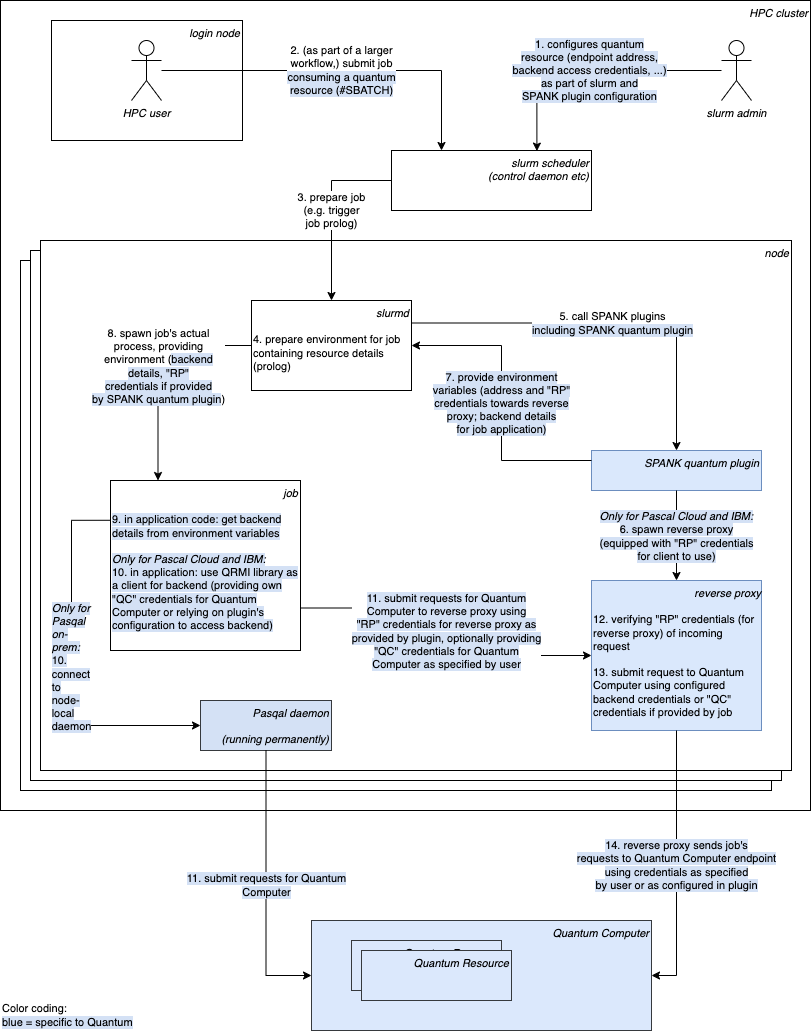
This is docs/images/high-level-plugin-flow.png from qiskit-community/spank-plugins, a draw.io export, as it was before one commit. Source tidied: cells renumbered, new cells last; positions are measured from the earlier drawing's top-left corner, leaving out a move shared by most shapes.
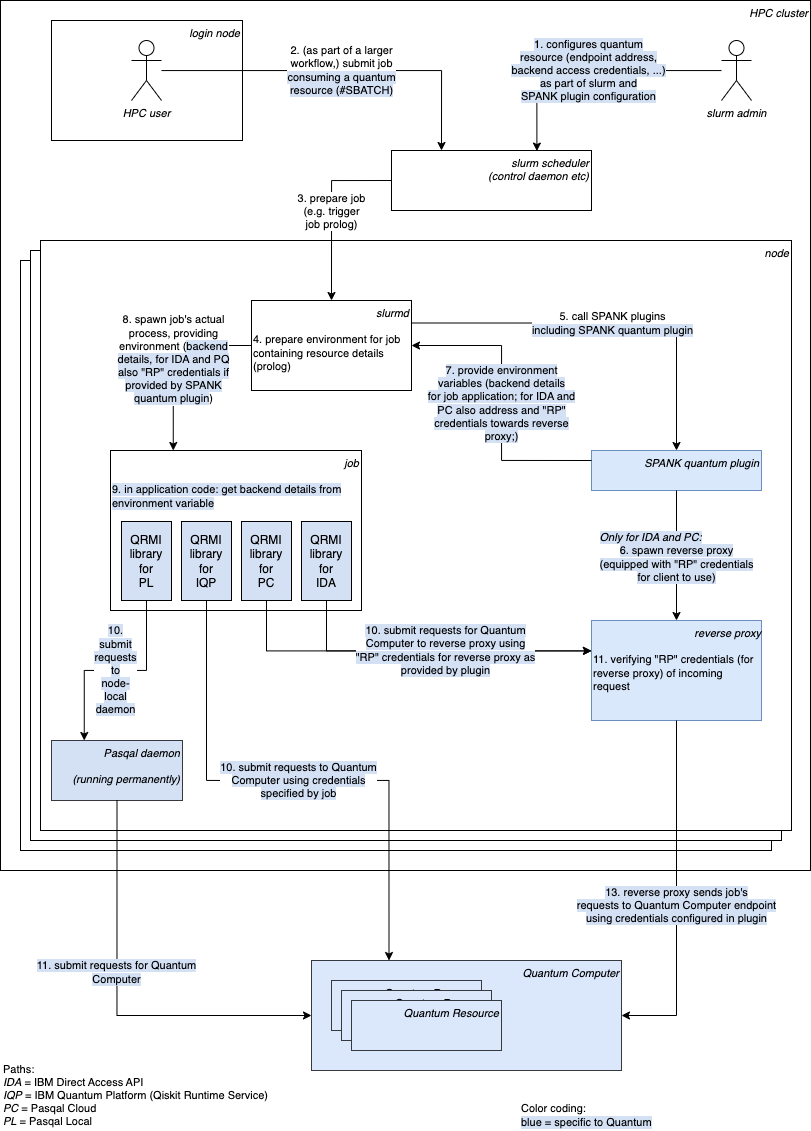
After the change.

Commit message:
incorporate feedback (no RP for QRS), show QRMI libs

The edit, as a diff of the source:
```diff
@@ -3,31 +3,31 @@
     <mxCell id="0" />
     <mxCell id="1" parent="0" />
     <mxCell id="2" value="HPC cluster" style="rounded=0;whiteSpace=wrap;html=1;align=right;verticalAlign=top;fontStyle=2;fontSize=11;" parent="1" vertex="1">
-      <mxGeometry width="810" height="810" as="geometry" />
+      <mxGeometry width="810" height="870" as="geometry" />
     </mxCell>
     <mxCell id="3" value="node" style="rounded=0;whiteSpace=wrap;html=1;align=right;verticalAlign=top;fontStyle=2;fontSize=11;" parent="1" vertex="1">
-      <mxGeometry x="20" y="260" width="751" height="530" as="geometry" />
+      <mxGeometry x="20" y="260" width="751" height="590" as="geometry" />
     </mxCell>
     <mxCell id="4" value="node" style="rounded=0;whiteSpace=wrap;html=1;align=right;verticalAlign=top;fontStyle=2;fontSize=11;" parent="1" vertex="1">
-      <mxGeometry x="30" y="250" width="751" height="530" as="geometry" />
+      <mxGeometry x="30" y="250" width="751" height="590" as="geometry" />
     </mxCell>
     <mxCell id="5" value="node" style="rounded=0;whiteSpace=wrap;html=1;align=right;verticalAlign=top;fontStyle=2;fontSize=11;" parent="1" vertex="1">
-      <mxGeometry x="40" y="240" width="751" height="530" as="geometry" />
+      <mxGeometry x="40" y="240" width="751" height="590" as="geometry" />
     </mxCell>
     <mxCell id="6" value="SPANK quantum plugin" style="rounded=0;whiteSpace=wrap;html=1;align=right;verticalAlign=top;fontStyle=2;fillColor=#dae8fc;strokeColor=#6c8ebf;fontSize=11;" parent="1" vertex="1">
       <mxGeometry x="591" y="450" width="170" height="40" as="geometry" />
     </mxCell>
-    <mxCell id="7" value="&lt;div style=&quot;text-align: right;&quot;&gt;&lt;span style=&quot;background-color: transparent; color: light-dark(rgb(0, 0, 0), rgb(255, 255, 255));&quot;&gt;reverse proxy&lt;/span&gt;&lt;/div&gt;&lt;div style=&quot;text-align: right;&quot;&gt;&lt;span style=&quot;background-color: transparent; color: light-dark(rgb(0, 0, 0), rgb(255, 255, 255));&quot;&gt;&lt;br&gt;&lt;/span&gt;&lt;/div&gt;&lt;div&gt;&lt;span style=&quot;font-style: normal;&quot;&gt;12.&amp;nbsp;&lt;/span&gt;&lt;span style=&quot;color: light-dark(rgb(0, 0, 0), rgb(255, 255, 255)); background-color: transparent; font-style: normal;&quot;&gt;verifying &quot;RP&quot; credentials (&lt;/span&gt;&lt;span style=&quot;font-style: normal; background-color: transparent; color: light-dark(rgb(0, 0, 0), rgb(255, 255, 255));&quot;&gt;for reverse proxy)&amp;nbsp;&lt;/span&gt;&lt;span style=&quot;background-color: transparent; color: light-dark(rgb(0, 0, 0), rgb(255, 255, 255)); font-style: normal;&quot;&gt;of incoming request&lt;/span&gt;&lt;/div&gt;&lt;div&gt;&lt;span style=&quot;font-style: normal;&quot;&gt;&lt;br&gt;13. submit request to Quantum Computer using configured backend credentials &lt;/span&gt;&lt;span style=&quot;font-style: normal; background-color: transparent; color: light-dark(rgb(0, 0, 0), rgb(255, 255, 255));&quot;&gt;or &quot;QC&quot; credentials if provided by job&lt;/span&gt;&lt;/div&gt;" style="rounded=0;whiteSpace=wrap;html=1;align=left;verticalAlign=top;fontStyle=2;fillColor=#dae8fc;strokeColor=#6c8ebf;fontSize=11;" parent="1" vertex="1">
-      <mxGeometry x="591" y="580" width="170" height="150" as="geometry" />
+    <mxCell id="7" value="&lt;div style=&quot;text-align: right;&quot;&gt;&lt;span style=&quot;background-color: transparent; color: light-dark(rgb(0, 0, 0), rgb(255, 255, 255));&quot;&gt;reverse proxy&lt;/span&gt;&lt;/div&gt;&lt;div style=&quot;text-align: right;&quot;&gt;&lt;span style=&quot;background-color: transparent; color: light-dark(rgb(0, 0, 0), rgb(255, 255, 255));&quot;&gt;&lt;br&gt;&lt;/span&gt;&lt;/div&gt;&lt;div&gt;&lt;span style=&quot;font-style: normal;&quot;&gt;11.&amp;nbsp;&lt;/span&gt;&lt;span style=&quot;color: light-dark(rgb(0, 0, 0), rgb(255, 255, 255)); background-color: transparent; font-style: normal;&quot;&gt;verifying &quot;RP&quot; credentials (&lt;/span&gt;&lt;span style=&quot;font-style: normal; background-color: transparent; color: light-dark(rgb(0, 0, 0), rgb(255, 255, 255));&quot;&gt;for reverse proxy)&amp;nbsp;&lt;/span&gt;&lt;span style=&quot;background-color: transparent; color: light-dark(rgb(0, 0, 0), rgb(255, 255, 255)); font-style: normal;&quot;&gt;of incoming request&lt;/span&gt;&lt;/div&gt;" style="rounded=0;whiteSpace=wrap;html=1;align=left;verticalAlign=top;fontStyle=2;fillColor=#dae8fc;strokeColor=#6c8ebf;fontSize=11;" parent="1" vertex="1">
+      <mxGeometry x="591" y="620" width="170" height="100" as="geometry" />
     </mxCell>
-    <mxCell id="8" value="&lt;div style=&quot;text-align: right;&quot;&gt;&lt;i style=&quot;color: light-dark(rgb(0, 0, 0), rgb(255, 255, 255));&quot;&gt;job&lt;/i&gt;&lt;/div&gt;&lt;div style=&quot;text-align: right;&quot;&gt;&lt;br&gt;&lt;/div&gt;&lt;div&gt;&lt;span style=&quot;background-color: rgb(212, 225, 245);&quot;&gt;9. in application code: get backend details from environment variables&lt;/span&gt;&lt;/div&gt;&lt;div&gt;&lt;br&gt;&lt;/div&gt;&lt;div&gt;&lt;span style=&quot;background-color: rgb(212, 225, 245);&quot;&gt;&lt;i&gt;Only for Pascal Cloud and IBM:&lt;/i&gt;&lt;/span&gt;&lt;/div&gt;&lt;div&gt;&lt;span style=&quot;background-color: rgb(212, 225, 245);&quot;&gt;10. in application: use QRMI library as a client for backend (providing own &quot;QC&quot; credentials for Quantum Computer or relying on plugin's configuration to access backend)&lt;/span&gt;&lt;/div&gt;" style="rounded=0;whiteSpace=wrap;html=1;align=left;verticalAlign=top;labelBackgroundColor=default;fontSize=11;spacingRight=2;" parent="1" vertex="1">
-      <mxGeometry x="110" y="480" width="190" height="170" as="geometry" />
+    <mxCell id="8" value="&lt;div style=&quot;text-align: right;&quot;&gt;&lt;i style=&quot;color: light-dark(rgb(0, 0, 0), rgb(255, 255, 255));&quot;&gt;job&lt;/i&gt;&lt;/div&gt;&lt;div style=&quot;text-align: right;&quot;&gt;&lt;br&gt;&lt;/div&gt;&lt;div&gt;&lt;span style=&quot;background-color: rgb(212, 225, 245);&quot;&gt;9. in application code: get backend details from environment variable&lt;/span&gt;&lt;/div&gt;" style="rounded=0;whiteSpace=wrap;html=1;align=left;verticalAlign=top;labelBackgroundColor=default;fontSize=11;spacingRight=2;" parent="1" vertex="1">
+      <mxGeometry x="110" y="450" width="251" height="160" as="geometry" />
     </mxCell>
     <mxCell id="9" value="slurm scheduler&lt;br&gt;(control daemon etc)" style="rounded=0;whiteSpace=wrap;html=1;align=right;verticalAlign=top;fontStyle=2;fontSize=11;" parent="1" vertex="1">
       <mxGeometry x="391" y="150" width="200" height="60" as="geometry" />
     </mxCell>
     <mxCell id="10" value="Quantum Computer" style="rounded=0;whiteSpace=wrap;html=1;align=right;verticalAlign=top;fontStyle=2;fillColor=light-dark(#dbe8fc, #182e44);strokeColor=#36393d;fontSize=11;" parent="1" vertex="1">
-      <mxGeometry x="311" y="920" width="340" height="110" as="geometry" />
+      <mxGeometry x="311" y="960" width="310" height="110" as="geometry" />
     </mxCell>
     <mxCell id="11" value="5. call SPANK plugins&lt;span style=&quot;background-color: rgb(255, 255, 255);&quot;&gt;&lt;br&gt;&lt;/span&gt;&lt;span style=&quot;background-color: rgb(212, 225, 245);&quot;&gt;including SPANK quantum plugin&lt;/span&gt;" style="edgeStyle=orthogonalEdgeStyle;rounded=0;jettySize=auto;html=1;entryX=0.5;entryY=0;entryDx=0;entryDy=0;exitX=1;exitY=0.25;exitDx=0;exitDy=0;fontSize=11;" parent="1" edge="1" source="12" target="6">
       <mxGeometry x="0.02" relative="1" as="geometry" />
@@ -38,15 +38,12 @@
     <mxCell id="13" value="3. prepare job&lt;br&gt;(e.g. trigger&lt;br&gt;job prolog)" style="edgeStyle=orthogonalEdgeStyle;rounded=0;jettySize=auto;html=1;exitX=0;exitY=0.5;exitDx=0;exitDy=0;entryX=0.5;entryY=0;entryDx=0;entryDy=0;fontSize=11;" parent="1" edge="1" source="9" target="12">
       <mxGeometry relative="1" as="geometry" />
     </mxCell>
-    <mxCell id="14" value="&lt;span style=&quot;background-color: rgb(212, 225, 245);&quot;&gt;7. provide environment&lt;br&gt;variables (address and &quot;RP&quot;&lt;br&gt;credentials towards reverse&lt;br&gt;proxy; backend details&lt;br&gt;for job application)&lt;/span&gt;" style="edgeStyle=orthogonalEdgeStyle;rounded=0;jettySize=auto;html=1;exitX=0;exitY=0.25;exitDx=0;exitDy=0;entryX=1;entryY=0.5;entryDx=0;entryDy=0;fontSize=11;" parent="1" edge="1" source="6" target="12">
+    <mxCell id="14" value="&lt;span style=&quot;background-color: rgb(212, 225, 245);&quot;&gt;7. provide environment&lt;br&gt;variables (backend details&lt;br&gt;for job application; for IDA and&lt;br&gt;PC also address and &quot;RP&quot;&lt;br&gt;credentials towards reverse&lt;br&gt;proxy;)&lt;/span&gt;" style="edgeStyle=orthogonalEdgeStyle;rounded=0;jettySize=auto;html=1;exitX=0;exitY=0.25;exitDx=0;exitDy=0;entryX=1;entryY=0.5;entryDx=0;entryDy=0;fontSize=11;" parent="1" edge="1" source="6" target="12">
       <mxGeometry relative="1" as="geometry" />
     </mxCell>
-    <mxCell id="15" value="8. spawn job's actual&lt;br&gt;process, providing&lt;br&gt;environment (&lt;span style=&quot;background-color: rgb(212, 225, 245);&quot;&gt;backend&lt;br&gt;details, &quot;RP&quot;&lt;br&gt;credentials if provided&lt;br&gt;by SPANK quantum plugin&lt;/span&gt;)" style="edgeStyle=orthogonalEdgeStyle;rounded=0;jettySize=auto;html=1;exitX=0;exitY=0.5;exitDx=0;exitDy=0;entryX=0.25;entryY=0;entryDx=0;entryDy=0;fontSize=11;" parent="1" edge="1" source="12" target="8">
+    <mxCell id="15" value="8. spawn job's actual&lt;br&gt;process, providing&lt;br&gt;environment (&lt;span style=&quot;background-color: rgb(212, 225, 245);&quot;&gt;backend&lt;br&gt;details, for IDA and PQ&lt;br&gt;also &quot;RP&quot; credentials if&lt;br&gt;provided by SPANK&lt;br&gt;quantum plugin&lt;/span&gt;)" style="edgeStyle=orthogonalEdgeStyle;rounded=0;jettySize=auto;html=1;exitX=0;exitY=0.5;exitDx=0;exitDy=0;entryX=0.25;entryY=0;entryDx=0;entryDy=0;fontSize=11;" parent="1" edge="1" source="12" target="8">
       <mxGeometry relative="1" as="geometry" />
     </mxCell>
-    <mxCell id="16" value="&lt;span style=&quot;background-color: rgb(212, 225, 245);&quot;&gt;11. submit&amp;nbsp;&lt;span style=&quot;color: light-dark(rgb(0, 0, 0), rgb(255, 255, 255));&quot;&gt;requests for Quantum&lt;br&gt;Computer to reverse proxy using&lt;br&gt;&lt;/span&gt;&quot;RP&quot; credentials for reverse proxy as&lt;br&gt;provided by plugin, optionally providing&lt;br&gt;&quot;QC&quot; credentials for Quantum&lt;br&gt;Computer as specified by user&lt;/span&gt;" style="edgeStyle=orthogonalEdgeStyle;rounded=0;jettySize=auto;html=1;exitX=1;exitY=0.75;exitDx=0;exitDy=0;entryX=0;entryY=0.5;entryDx=0;entryDy=0;fontSize=11;" parent="1" edge="1" source="8" target="7">
-      <mxGeometry relative="1" as="geometry" />
-    </mxCell>
     <mxCell id="17" value="login node" style="rounded=0;whiteSpace=wrap;html=1;align=right;verticalAlign=top;fontStyle=2;fontSize=11;" parent="1" vertex="1">
       <mxGeometry x="51" y="20" width="191" height="120" as="geometry" />
     </mxCell>
@@ -63,33 +60,57 @@
       <mxGeometry x="131" y="40" width="30" height="60" as="geometry" />
     </mxCell>
     <mxCell id="22" value="&lt;i&gt;Quantum Resource&lt;/i&gt;" style="rounded=0;whiteSpace=wrap;html=1;align=right;verticalAlign=top;fillColor=light-dark(#dbe8fc, #182e44);strokeColor=#36393d;fontSize=11;" parent="1" vertex="1">
-      <mxGeometry x="351" y="940" width="150" height="50" as="geometry" />
+      <mxGeometry x="331" y="980" width="150" height="50" as="geometry" />
     </mxCell>
     <mxCell id="23" value="&lt;i&gt;Quantum Resource&lt;/i&gt;" style="rounded=0;whiteSpace=wrap;html=1;align=right;verticalAlign=top;fillColor=light-dark(#dbe8fc, #182e44);strokeColor=#36393d;fontSize=11;" parent="1" vertex="1">
-      <mxGeometry x="361" y="950" width="150" height="50" as="geometry" />
+      <mxGeometry x="341" y="990" width="150" height="50" as="geometry" />
     </mxCell>
-    <mxCell id="24" value="&lt;span style=&quot;background-color: rgb(212, 225, 245);&quot;&gt;14. reverse proxy sends job's&lt;br&gt;requests to Quantum Computer endpoint&lt;br&gt;using credentials as specified&lt;br&gt;by user or as configured in plugin&lt;/span&gt;" style="edgeStyle=orthogonalEdgeStyle;rounded=0;jettySize=auto;html=1;exitX=0.5;exitY=1;exitDx=0;exitDy=0;entryX=1;entryY=0.5;entryDx=0;entryDy=0;fontSize=11;" parent="1" edge="1" source="7" target="10">
-      <mxGeometry relative="1" as="geometry" />
+    <mxCell id="24" value="&lt;span style=&quot;background-color: rgb(212, 225, 245);&quot;&gt;13. reverse proxy sends job's&lt;br&gt;requests to Quantum Computer endpoint&lt;br&gt;using credentials configured in plugin&lt;/span&gt;" style="edgeStyle=orthogonalEdgeStyle;rounded=0;jettySize=auto;html=1;exitX=0.5;exitY=1;exitDx=0;exitDy=0;entryX=1;entryY=0.5;entryDx=0;entryDy=0;fontSize=11;" parent="1" edge="1" source="7" target="10">
+      <mxGeometry x="0.06" relative="1" as="geometry" />
     </mxCell>
-    <mxCell id="25" value="Color coding:&lt;br&gt;&lt;span style=&quot;background-color: rgb(212, 225, 245);&quot;&gt;blue = specific to Quantum&lt;/span&gt;" style="text;html=1;align=left;verticalAlign=middle;whiteSpace=wrap;rounded=0;fontSize=11;" parent="1" vertex="1">
-      <mxGeometry y="1000" width="300" height="30" as="geometry" />
+    <mxCell id="25" value="&lt;div&gt;Paths:&lt;/div&gt;&lt;div&gt;&lt;i&gt;IDA&lt;/i&gt; = IBM Direct Access API&lt;/div&gt;&lt;div&gt;&lt;i&gt;IQP&lt;/i&gt; = IBM Quantum Platform (Qiskit Runtime Service)&lt;/div&gt;&lt;div&gt;&lt;i&gt;PC&lt;/i&gt; = Pasqal Cloud&lt;/div&gt;&lt;div&gt;&lt;i&gt;PL&lt;/i&gt; = Pasqal Local&lt;/div&gt;" style="text;html=1;align=left;verticalAlign=middle;whiteSpace=wrap;rounded=0;fontSize=11;" parent="1" vertex="1">
+      <mxGeometry x="1" y="1060" width="291" height="70" as="geometry" />
     </mxCell>
-    <mxCell id="26" value="&lt;span&gt;&lt;div style=&quot;text-align: left; text-wrap-mode: wrap;&quot;&gt;&lt;span style=&quot;background-color: rgb(212, 225, 245);&quot;&gt;&lt;i style=&quot;&quot;&gt;Only for Pascal Cloud and IBM:&lt;/i&gt;&lt;/span&gt;&lt;/div&gt;&lt;span style=&quot;background-color: rgb(212, 225, 245);&quot;&gt;6. spawn reverse proxy&lt;/span&gt;&lt;br&gt;&lt;span style=&quot;background-color: rgb(212, 225, 245);&quot;&gt;(equipped with &quot;RP&quot; credentials&lt;/span&gt;&lt;br&gt;&lt;span style=&quot;background-color: rgb(212, 225, 245);&quot;&gt;for client to use)&lt;/span&gt;&lt;/span&gt;" style="edgeStyle=orthogonalEdgeStyle;rounded=0;jettySize=auto;html=1;exitX=0.5;exitY=1;exitDx=0;exitDy=0;fontSize=11;" parent="1" edge="1" source="6" target="7">
+    <mxCell id="26" value="&lt;span&gt;&lt;div style=&quot;text-align: left; text-wrap-mode: wrap;&quot;&gt;&lt;div&gt;&lt;span style=&quot;background-color: rgb(212, 225, 245);&quot;&gt;&lt;i&gt;Only for IDA and PC:&lt;/i&gt;&lt;/span&gt;&lt;/div&gt;&lt;span style=&quot;text-align: center; text-wrap-mode: nowrap; background-color: rgb(212, 225, 245);&quot;&gt;&lt;/span&gt;&lt;/div&gt;&lt;span style=&quot;background-color: rgb(212, 225, 245);&quot;&gt;6. spawn reverse proxy&lt;/span&gt;&lt;br&gt;&lt;span style=&quot;background-color: rgb(212, 225, 245);&quot;&gt;(equipped with &quot;RP&quot; credentials&lt;/span&gt;&lt;br&gt;&lt;span style=&quot;background-color: rgb(212, 225, 245);&quot;&gt;for client to use)&lt;/span&gt;&lt;/span&gt;" style="edgeStyle=orthogonalEdgeStyle;rounded=0;jettySize=auto;html=1;exitX=0.5;exitY=1;exitDx=0;exitDy=0;fontSize=11;" parent="1" edge="1" source="6" target="7">
       <mxGeometry x="0.02" relative="1" as="geometry" />
     </mxCell>
     <mxCell id="27" value="Pasqal daemon&lt;br&gt;&lt;br&gt;(running permanently)" style="rounded=0;whiteSpace=wrap;html=1;align=right;verticalAlign=top;fontStyle=2;fillColor=#D4E1F5;strokeColor=#36393d;fontSize=11;" parent="1" vertex="1">
-      <mxGeometry x="200" y="700" width="131" height="50" as="geometry" />
+      <mxGeometry x="51" y="740" width="131" height="60" as="geometry" />
     </mxCell>
     <mxCell id="28" value="&lt;span style=&quot;background-color: rgb(212, 225, 245);&quot;&gt;11. submit&amp;nbsp;&lt;span style=&quot;color: light-dark(rgb(0, 0, 0), rgb(255, 255, 255));&quot;&gt;requests for Quantum&lt;br&gt;Computer&lt;/span&gt;&lt;/span&gt;" style="edgeStyle=orthogonalEdgeStyle;rounded=0;jettySize=auto;html=1;exitX=0.5;exitY=1;exitDx=0;exitDy=0;entryX=0;entryY=0.5;entryDx=0;entryDy=0;fontSize=11;" parent="1" edge="1" source="27" target="10">
-      <mxGeometry relative="1" as="geometry" />
+      <mxGeometry x="-0.17" relative="1" as="geometry">
+        <mxPoint y="1" as="offset" />
+      </mxGeometry>
     </mxCell>
-    <mxCell id="29" value="&lt;div style=&quot;text-wrap-mode: wrap; text-align: left;&quot;&gt;&lt;span style=&quot;background-color: rgb(212, 225, 245);&quot;&gt;&lt;i&gt;Only for Pasqal on-prem:&lt;/i&gt;&lt;/span&gt;&lt;/div&gt;&lt;div style=&quot;text-wrap-mode: wrap; text-align: left;&quot;&gt;&lt;span style=&quot;background-color: rgb(212, 225, 245);&quot;&gt;10. connect to node-local daemon&lt;/span&gt;&lt;/div&gt;" style="edgeStyle=orthogonalEdgeStyle;rounded=0;jettySize=auto;html=1;exitX=-0.001;exitY=0.234;exitDx=0;exitDy=0;entryX=0;entryY=0.5;entryDx=0;entryDy=0;exitPerimeter=0;fontSize=11;" parent="1" edge="1" source="8" target="27">
-      <mxGeometry relative="1" as="geometry">
-        <Array as="points">
-          <mxPoint x="71" y="520" />
-          <mxPoint x="71" y="725" />
-        </Array>
-      </mxGeometry>
-    </mxCell>
+    <mxCell id="30" value="QRMI library for&lt;br&gt;PC" style="rounded=0;whiteSpace=wrap;html=1;fillColor=#D4E1F5;direction=north;" parent="1" vertex="1">
+      <mxGeometry x="241" y="521" width="50" height="79" as="geometry" />
+    </mxCell>
+    <mxCell id="31" value="QRMI library for&lt;br&gt;IQP" style="rounded=0;whiteSpace=wrap;html=1;fillColor=#D4E1F5;direction=north;" parent="1" vertex="1">
+      <mxGeometry x="181" y="521" width="50" height="79" as="geometry" />
+    </mxCell>
+    <mxCell id="32" value="QRMI library for&lt;br&gt;PL" style="rounded=0;whiteSpace=wrap;html=1;fillColor=#D4E1F5;direction=north;" parent="1" vertex="1">
+      <mxGeometry x="121" y="521" width="50" height="79" as="geometry" />
+    </mxCell>
+    <mxCell id="33" value="QRMI library for&lt;br&gt;IDA" style="rounded=0;whiteSpace=wrap;html=1;fillColor=#D4E1F5;direction=north;" parent="1" vertex="1">
+      <mxGeometry x="301" y="521" width="50" height="79" as="geometry" />
+    </mxCell>
+    <mxCell id="34" value="&lt;span style=&quot;background-color: rgb(212, 225, 245);&quot;&gt;10. submit requests to Quantum&lt;br&gt;Computer&amp;nbsp;&lt;/span&gt;&lt;span style=&quot;background-color: rgb(212, 225, 245);&quot;&gt;using credentials&lt;br&gt;specified by job&lt;/span&gt;" style="edgeStyle=orthogonalEdgeStyle;rounded=0;jettySize=auto;html=1;exitX=0;exitY=0.5;exitDx=0;exitDy=0;entryX=0.25;entryY=0;entryDx=0;entryDy=0;fontSize=11;" parent="1" edge="1" source="31" target="10">
+      <mxGeometry relative="1" as="geometry" />
+    </mxCell>
+    <mxCell id="35" style="edgeStyle=orthogonalEdgeStyle;rounded=0;jettySize=auto;html=1;exitX=0;exitY=0.5;exitDx=0;exitDy=0;entryX=0;entryY=0.304;entryDx=0;entryDy=0;fontSize=11;entryPerimeter=0;" parent="1" edge="1" source="30" target="7">
+      <mxGeometry relative="1" as="geometry" />
+    </mxCell>
+    <mxCell id="16" value="&lt;span style=&quot;background-color: rgb(212, 225, 245);&quot;&gt;10. submit&amp;nbsp;&lt;span style=&quot;color: light-dark(rgb(0, 0, 0), rgb(255, 255, 255));&quot;&gt;requests for Quantum&lt;br&gt;Computer to reverse proxy using&lt;br&gt;&lt;/span&gt;&quot;RP&quot; credentials for reverse proxy as&lt;br&gt;provided by plugin&lt;/span&gt;" style="edgeStyle=orthogonalEdgeStyle;rounded=0;jettySize=auto;html=1;exitX=0;exitY=0.5;exitDx=0;exitDy=0;entryX=0;entryY=0.304;entryDx=0;entryDy=0;fontSize=11;entryPerimeter=0;" parent="1" edge="1" source="33" target="7">
+      <mxGeometry x="0.07" relative="1" as="geometry" />
+    </mxCell>
+    <mxCell id="36" value="&lt;div style=&quot;text-wrap-mode: wrap;&quot;&gt;&lt;span style=&quot;background-color: rgb(212, 225, 245); color: light-dark(rgb(0, 0, 0), rgb(255, 255, 255));&quot;&gt;10. submit&lt;/span&gt;&lt;/div&gt;&lt;div style=&quot;text-wrap-mode: wrap;&quot;&gt;&lt;span style=&quot;background-color: rgb(212, 225, 245);&quot;&gt;requests to&lt;br&gt;node-local&lt;br&gt;daemon&lt;/span&gt;&lt;/div&gt;" style="edgeStyle=orthogonalEdgeStyle;rounded=0;jettySize=auto;html=1;exitX=0;exitY=0.5;exitDx=0;exitDy=0;entryX=0.25;entryY=0;entryDx=0;entryDy=0;fontSize=11;" parent="1" edge="1" source="32" target="27">
+      <mxGeometry relative="1" as="geometry" />
+    </mxCell>
+    <mxCell id="37" value="Color coding:&lt;br&gt;&lt;span style=&quot;background-color: rgb(212, 225, 245);&quot;&gt;blue = specific to Quantum&lt;/span&gt;" style="text;html=1;align=left;verticalAlign=middle;whiteSpace=wrap;rounded=0;fontSize=11;" parent="1" vertex="1">
+      <mxGeometry x="519" y="1100" width="291" height="30" as="geometry" />
+    </mxCell>
+    <mxCell id="38" value="&lt;i&gt;Quantum Resource&lt;/i&gt;" style="rounded=0;whiteSpace=wrap;html=1;align=right;verticalAlign=top;fillColor=light-dark(#dbe8fc, #182e44);strokeColor=#36393d;fontSize=11;" parent="1" vertex="1">
+      <mxGeometry x="351" y="1000" width="150" height="50" as="geometry" />
+    </mxCell>
   </root>
 </mxGraphModel>
```
